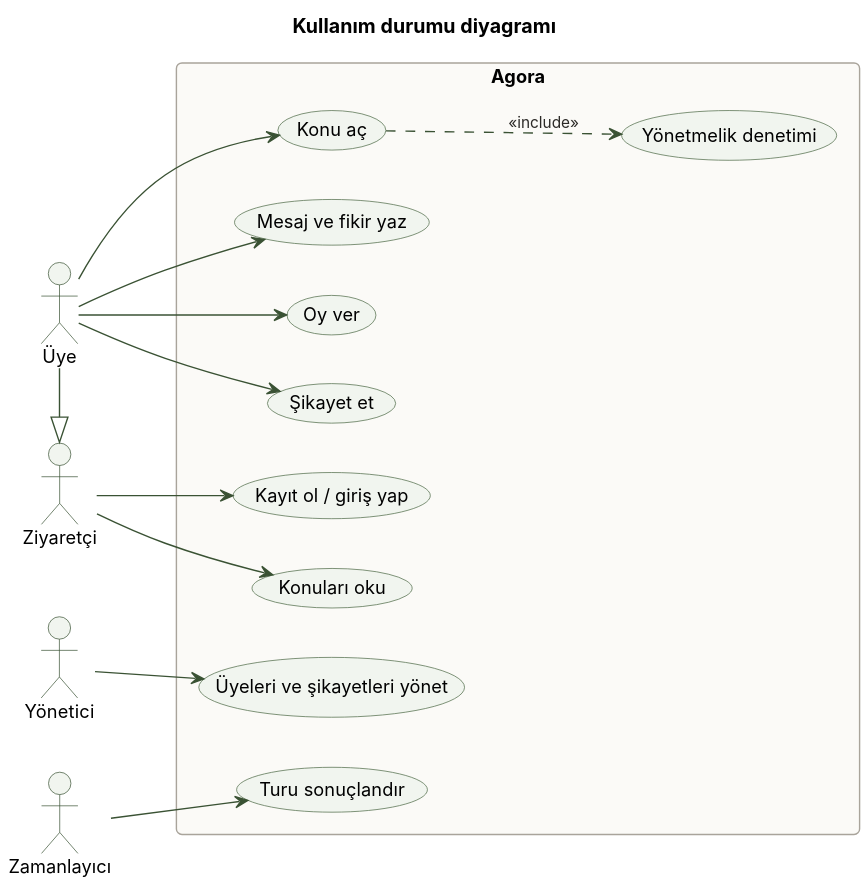
Above: docs/uml/svg/1_kullanim_durumu.svg in Baki-B/YZM327-Odevler (PlantUML), before the change.
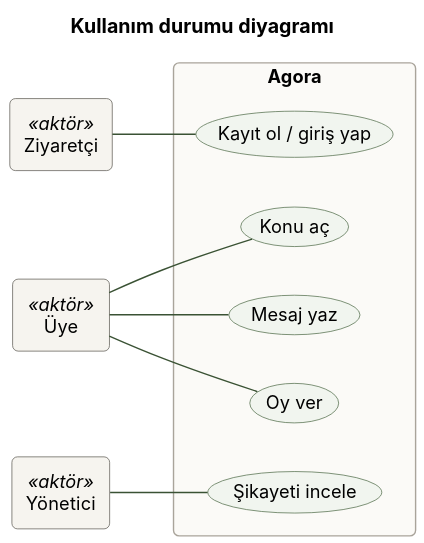
Later version of the same file.

The edit, as a diff of the source:
```diff
@@ -2,32 +2,23 @@
 !include _stil.iuml
 title Kullanım durumu diyagramı
 left to right direction
+skinparam actorStyle hollow
 
-actor Ziyaretçi as Z
-actor Üye as U
-actor Yönetici as Y
-actor "Zamanlayıcı" as T
-U -|> Z
+rectangle "Ziyaretçi" as Z <<aktör>>
+rectangle "Üye" as U <<aktör>>
+rectangle "Yönetici" as Y <<aktör>>
 
 rectangle Agora {
   usecase "Kayıt ol / giriş yap" as K
-  usecase "Konuları oku" as O
   usecase "Konu aç" as KA
-  usecase "Yönetmelik denetimi" as D
-  usecase "Mesaj ve fikir yaz" as M
+  usecase "Mesaj yaz" as M
   usecase "Oy ver" as OY
-  usecase "Şikayet et" as S
-  usecase "Üyeleri ve şikayetleri yönet" as YO
-  usecase "Turu sonuçlandır" as TS
+  usecase "Şikayeti incele" as S
 }
 
-Z --> K
-Z --> O
-U --> KA
-U --> M
-U --> OY
-U --> S
-KA ..> D : <<include>>
-Y --> YO
-T --> TS
+Z -- K
+U -- KA
+U -- M
+U -- OY
+Y -- S
 @enduml
```
